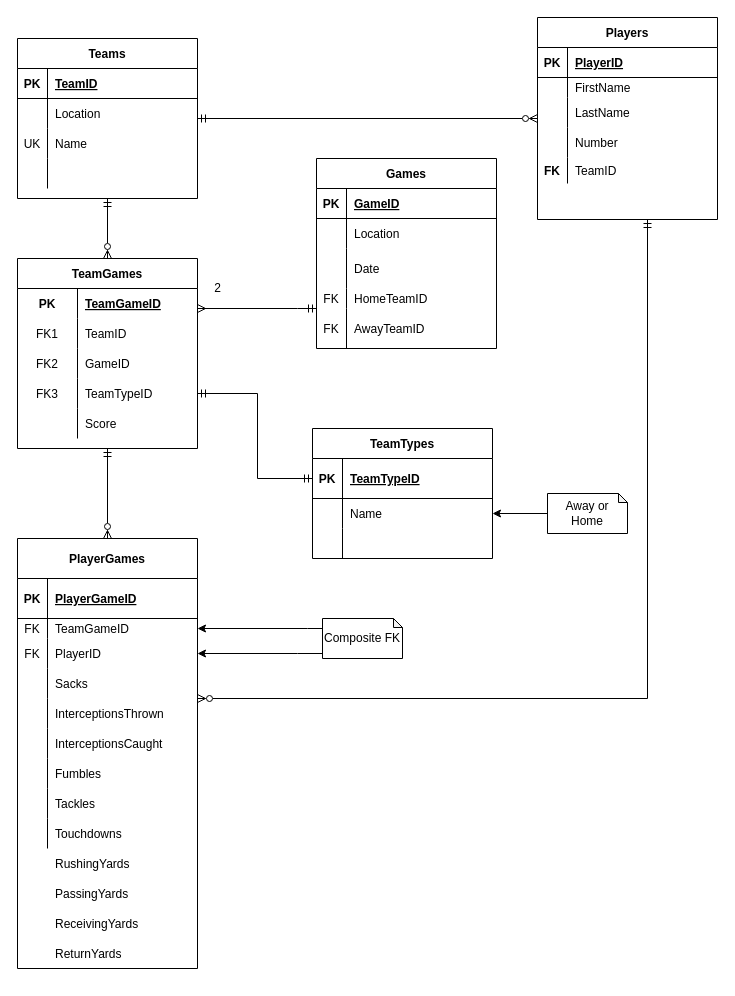
Earlier version of the draw.io diagram Revison.drawio (isaacPetersonKSU/560GroupProject). Source tidied: cells renumbered, new cells numbered last; positions are measured from the earlier drawing's top-left corner, leaving out a move shared by most shapes. Both pictures are drawn from the tidied source at 100%, with x=0, y=0 at pixel (17, 17).
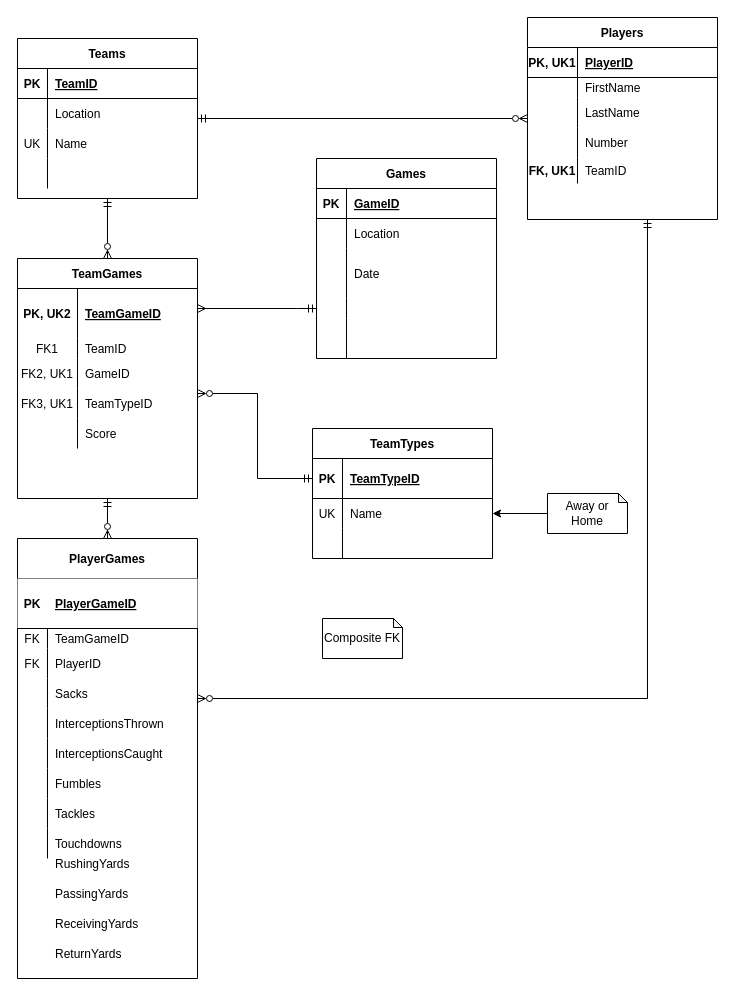
After the change.

The change refers to these unchanged cells:
```xml
<mxCell id="32" value="TeamTypes" style="shape=table;startSize=30;childLayout=tableLayout;rowLines=0;fontStyle=1;align=center;fillColor=default;strokeColor=default;fontColor=default;" parent="1" vertex="1">
  <mxGeometry x="295" y="411" width="180" height="130" as="geometry" />
</mxCell>
<mxCell id="36" style="shape=partialRectangle;fillColor=none;top=0;left=0;bottom=0;right=0;points=[[0,0.5],[1,0.5]];portConstraint=eastwest;align=center;" parent="32" vertex="1">
  <mxGeometry y="70" width="180" height="30" as="geometry" />
</mxCell>
<mxCell id="111" value="Composite FK" style="shape=note;whiteSpace=wrap;html=1;backgroundOutline=1;darkOpacity=0.05;size=9;" parent="1" vertex="1">
  <mxGeometry x="305" y="601" width="80" height="40" as="geometry" />
</mxCell>
```

What changed in the source:
```diff
@@
-    <mxCell id="16" value="Players" style="shape=table;startSize=30;childLayout=tableLayout;rowLines=0;fontStyle=1;align=center;" parent="1" vertex="1">
-      <mxGeometry x="520" width="180" height="202" as="geometry" />
+    <mxCell id="16" value="Players" style="shape=table;startSize=30;childLayout=tableLayout;rowLines=0;fontStyle=1;align=center;fillColor=default;strokeColor=default;fontColor=default;" parent="1" vertex="1">
+      <mxGeometry x="510" width="190" height="202" as="geometry" />
     </mxCell>
     <mxCell id="17" style="shape=partialRectangle;fillColor=none;top=0;left=0;bottom=1;right=0;align=center;" parent="16" vertex="1">
-      <mxGeometry y="30" width="180" height="30" as="geometry" />
+      <mxGeometry y="30" width="190" height="30" as="geometry" />
     </mxCell>
-    <mxCell id="18" value="PK" style="shape=partialRectangle;fillColor=none;top=0;left=0;bottom=0;right=0;fontStyle=1;overflow=hidden;align=center;" parent="17" vertex="1">
-      <mxGeometry width="30" height="30" as="geometry" />
+    <mxCell id="18" value="PK, UK1" style="shape=partialRectangle;fillColor=none;top=0;left=0;bottom=0;right=0;fontStyle=1;overflow=hidden;align=center;fontColor=default;strokeColor=default;" parent="17" vertex="1">
+      <mxGeometry width="50" height="30" as="geometry" />
     </mxCell>
     <mxCell id="19" value="PlayerID" style="shape=partialRectangle;fillColor=none;top=0;left=0;bottom=0;right=0;align=left;spacingLeft=6;fontStyle=5;overflow=hidden;" parent="17" vertex="1">
-      <mxGeometry x="30" width="150" height="30" as="geometry" />
+      <mxGeometry x="50" width="140" height="30" as="geometry" />
     </mxCell>
     <mxCell id="20" style="shape=partialRectangle;fillColor=none;top=0;left=0;bottom=0;right=0;align=center;" parent="16" vertex="1">
-      <mxGeometry y="60" width="180" height="20" as="geometry" />
+      <mxGeometry y="60" width="190" height="20" as="geometry" />
     </mxCell>
     <mxCell id="21" style="shape=partialRectangle;fillColor=none;top=0;left=0;bottom=0;right=0;overflow=hidden;align=center;" parent="20" vertex="1">
-      <mxGeometry width="30" height="20" as="geometry" />
+      <mxGeometry width="50" height="20" as="geometry" />
     </mxCell>
     <mxCell id="22" value="FirstName" style="shape=partialRectangle;fillColor=none;top=0;left=0;bottom=0;right=0;align=left;spacingLeft=6;overflow=hidden;" parent="20" vertex="1">
-      <mxGeometry x="30" width="150" height="20" as="geometry" />
+      <mxGeometry x="50" width="140" height="20" as="geometry" />
     </mxCell>
     <mxCell id="23" style="shape=partialRectangle;fillColor=none;top=0;left=0;bottom=0;right=0;align=center;" parent="16" vertex="1">
-      <mxGeometry y="80" width="180" height="30" as="geometry" />
+      <mxGeometry y="80" width="190" height="30" as="geometry" />
     </mxCell>
     <mxCell id="24" style="shape=partialRectangle;fillColor=none;top=0;left=0;bottom=0;right=0;overflow=hidden;align=center;" parent="23" vertex="1">
-      <mxGeometry width="30" height="30" as="geometry" />
+      <mxGeometry width="50" height="30" as="geometry" />
     </mxCell>
     <mxCell id="25" value="LastName" style="shape=partialRectangle;fillColor=none;top=0;left=0;bottom=0;right=0;align=left;spacingLeft=6;overflow=hidden;" parent="23" vertex="1">
-      <mxGeometry x="30" width="150" height="30" as="geometry" />
+      <mxGeometry x="50" width="140" height="30" as="geometry" />
     </mxCell>
     <mxCell id="26" style="shape=partialRectangle;fillColor=none;top=0;left=0;bottom=0;right=0;align=center;" parent="16" vertex="1">
-      <mxGeometry y="110" width="180" height="30" as="geometry" />
+      <mxGeometry y="110" width="190" height="30" as="geometry" />
     </mxCell>
     <mxCell id="27" style="shape=partialRectangle;fillColor=none;top=0;left=0;bottom=0;right=0;overflow=hidden;align=center;" parent="26" vertex="1">
-      <mxGeometry width="30" height="30" as="geometry" />
+      <mxGeometry width="50" height="30" as="geometry" />
     </mxCell>
     <mxCell id="28" value="Number" style="shape=partialRectangle;fillColor=none;top=0;left=0;bottom=0;right=0;align=left;spacingLeft=6;overflow=hidden;" parent="26" vertex="1">
-      <mxGeometry x="30" width="150" height="30" as="geometry" />
+      <mxGeometry x="50" width="140" height="30" as="geometry" />
     </mxCell>
     <mxCell id="29" style="shape=partialRectangle;fillColor=none;top=0;left=0;bottom=0;right=0;" parent="16" vertex="1">
-      <mxGeometry y="140" width="180" height="26" as="geometry" />
+      <mxGeometry y="140" width="190" height="26" as="geometry" />
     </mxCell>
-    <mxCell id="30" value="FK" style="shape=partialRectangle;fillColor=none;top=0;left=0;bottom=0;right=0;fontStyle=1;overflow=hidden;" parent="29" vertex="1">
-      <mxGeometry width="30" height="26" as="geometry" />
+    <mxCell id="30" value="FK, UK1" style="shape=partialRectangle;fillColor=none;top=0;left=0;bottom=0;right=0;fontStyle=1;overflow=hidden;fontColor=default;" parent="29" vertex="1">
+      <mxGeometry width="50" height="26" as="geometry" />
     </mxCell>
     <mxCell id="31" value="TeamID" style="shape=partialRectangle;fillColor=none;top=0;left=0;bottom=0;right=0;align=left;spacingLeft=6;fontStyle=0;overflow=hidden;" parent="29" vertex="1">
-      <mxGeometry x="30" width="150" height="26" as="geometry" />
+      <mxGeometry x="50" width="140" height="26" as="geometry" />
     </mxCell>
@@
-    <mxCell id="37" style="shape=partialRectangle;fillColor=none;top=0;left=0;bottom=0;right=0;overflow=hidden;align=center;fontColor=default;" parent="36" vertex="1">
+    <mxCell id="37" value="UK" style="shape=partialRectangle;fillColor=none;top=0;left=0;bottom=0;right=0;overflow=hidden;align=center;fontColor=default;" parent="36" vertex="1">
       <mxGeometry width="30" height="30" as="geometry" />
     </mxCell>
@@
-    <mxCell id="42" value="PlayerGames" style="shape=table;startSize=40;childLayout=tableLayout;rowLines=0;fontStyle=1;align=center;" parent="1" vertex="1">
-      <mxGeometry y="521" width="180" height="430" as="geometry" />
+    <mxCell id="42" value="PlayerGames" style="shape=table;startSize=40;childLayout=tableLayout;rowLines=0;fontStyle=1;align=center;fillColor=default;strokeColor=default;fontColor=default;" parent="1" vertex="1">
+      <mxGeometry y="521" width="180" height="440" as="geometry" />
     </mxCell>
-    <mxCell id="43" style="shape=partialRectangle;fillColor=none;top=0;left=0;bottom=1;right=0;align=center;" parent="42" vertex="1">
-      <mxGeometry y="40" width="180" height="40" as="geometry" />
+    <mxCell id="43" style="shape=partialRectangle;fillColor=default;top=0;left=0;bottom=1;right=0;align=center;strokeColor=default;fontColor=default;" parent="42" vertex="1">
+      <mxGeometry y="40" width="180" height="50" as="geometry" />
     </mxCell>
-    <mxCell id="44" value="PK" style="shape=partialRectangle;fillColor=none;top=0;left=0;bottom=0;right=0;fontStyle=1;overflow=hidden;align=center;" parent="43" vertex="1">
-      <mxGeometry width="30" height="40" as="geometry" />
+    <mxCell id="44" value="PK" style="shape=partialRectangle;fillColor=none;top=0;left=0;bottom=0;right=0;fontStyle=1;overflow=hidden;align=center;strokeColor=default;fontColor=default;" parent="43" vertex="1">
+      <mxGeometry width="30" height="50" as="geometry" />
     </mxCell>
     <mxCell id="45" value="PlayerGameID" style="shape=partialRectangle;fillColor=none;top=0;left=0;bottom=0;right=0;align=left;spacingLeft=6;fontStyle=5;overflow=hidden;" parent="43" vertex="1">
-      <mxGeometry x="30" width="150" height="40" as="geometry" />
+      <mxGeometry x="30" width="150" height="50" as="geometry" />
     </mxCell>
-    <mxCell id="46" style="shape=partialRectangle;fillColor=none;top=0;left=0;bottom=0;right=0;points=[[0,0.5],[1,0.5]];portConstraint=eastwest;align=center;" parent="42" vertex="1">
-      <mxGeometry y="80" width="180" height="20" as="geometry" />
+    <mxCell id="46" style="shape=partialRectangle;fillColor=none;top=0;left=0;bottom=0;right=0;points=[[0,0.5],[1,0.5]];portConstraint=eastwest;align=center;strokeColor=default;fontColor=default;" parent="42" vertex="1">
+      <mxGeometry y="90" width="180" height="20" as="geometry" />
     </mxCell>
-    <mxCell id="47" value="FK" style="shape=partialRectangle;fillColor=none;top=0;left=0;bottom=0;right=0;overflow=hidden;align=center;" parent="46" vertex="1">
+    <mxCell id="47" value="FK" style="shape=partialRectangle;fillColor=none;top=0;left=0;bottom=0;right=0;overflow=hidden;align=center;strokeColor=default;fontColor=default;" parent="46" vertex="1">
       <mxGeometry width="30" height="20" as="geometry" />
     </mxCell>
@@
     <mxCell id="49" style="shape=partialRectangle;fillColor=none;top=0;left=0;bottom=0;right=0;points=[[0,0.5],[1,0.5]];portConstraint=eastwest;align=center;" parent="42" vertex="1">
-      <mxGeometry y="100" width="180" height="30" as="geometry" />
+      <mxGeometry y="110" width="180" height="30" as="geometry" />
     </mxCell>
@@
     <mxCell id="52" style="shape=partialRectangle;fillColor=none;top=0;left=0;bottom=0;right=0;" parent="42" vertex="1">
-      <mxGeometry y="130" width="180" height="30" as="geometry" />
+      <mxGeometry y="140" width="180" height="30" as="geometry" />
     </mxCell>
@@
     <mxCell id="55" style="shape=partialRectangle;fillColor=none;top=0;left=0;bottom=0;right=0;" parent="42" vertex="1">
-      <mxGeometry y="160" width="180" height="30" as="geometry" />
+      <mxGeometry y="170" width="180" height="30" as="geometry" />
     </mxCell>
@@
     <mxCell id="58" style="shape=partialRectangle;fillColor=none;top=0;left=0;bottom=0;right=0;" parent="42" vertex="1">
-      <mxGeometry y="190" width="180" height="30" as="geometry" />
+      <mxGeometry y="200" width="180" height="30" as="geometry" />
     </mxCell>
@@
     <mxCell id="61" style="shape=partialRectangle;fillColor=none;top=0;left=0;bottom=0;right=0;" parent="42" vertex="1">
-      <mxGeometry y="220" width="180" height="30" as="geometry" />
+      <mxGeometry y="230" width="180" height="30" as="geometry" />
     </mxCell>
@@
     <mxCell id="64" style="shape=partialRectangle;fillColor=none;top=0;left=0;bottom=0;right=0;" parent="42" vertex="1">
-      <mxGeometry y="250" width="180" height="30" as="geometry" />
+      <mxGeometry y="260" width="180" height="30" as="geometry" />
     </mxCell>
@@
     <mxCell id="67" style="shape=partialRectangle;fillColor=none;top=0;left=0;bottom=0;right=0;align=center;" parent="42" vertex="1">
-      <mxGeometry y="280" width="180" height="30" as="geometry" />
+      <mxGeometry y="290" width="180" height="30" as="geometry" />
     </mxCell>
@@
-    <mxCell id="70" value="Games" style="shape=table;startSize=30;childLayout=tableLayout;rowLines=0;fontStyle=1;align=center;" parent="1" vertex="1">
-      <mxGeometry x="299" y="141" width="180" height="190" as="geometry" />
+    <mxCell id="70" value="Games" style="shape=table;startSize=30;childLayout=tableLayout;rowLines=0;fontStyle=1;align=center;fillColor=default;strokeColor=default;fontColor=default;" parent="1" vertex="1">
+      <mxGeometry x="299" y="141" width="180" height="200" as="geometry" />
     </mxCell>
@@
     <mxCell id="77" style="shape=partialRectangle;fillColor=none;top=0;left=0;bottom=0;right=0;align=center;" parent="70" vertex="1">
-      <mxGeometry y="90" width="180" height="40" as="geometry" />
+      <mxGeometry y="90" width="180" height="50" as="geometry" />
     </mxCell>
     <mxCell id="78" style="shape=partialRectangle;fillColor=none;top=0;left=0;bottom=0;right=0;overflow=hidden;align=center;" parent="77" vertex="1">
-      <mxGeometry width="30" height="40" as="geometry" />
+      <mxGeometry width="30" height="50" as="geometry" />
     </mxCell>
     <mxCell id="79" value="Date" style="shape=partialRectangle;fillColor=none;top=0;left=0;bottom=0;right=0;align=left;spacingLeft=6;overflow=hidden;" parent="77" vertex="1">
-      <mxGeometry x="30" width="150" height="40" as="geometry" />
+      <mxGeometry x="30" width="150" height="50" as="geometry" />
     </mxCell>
     <mxCell id="80" style="shape=partialRectangle;fillColor=none;top=0;left=0;bottom=0;right=0;align=center;" parent="70" vertex="1">
-      <mxGeometry y="130" width="180" height="20" as="geometry" />
+      <mxGeometry y="140" width="180" height="20" as="geometry" />
     </mxCell>
-    <mxCell id="81" value="FK" style="shape=partialRectangle;fillColor=none;top=0;left=0;bottom=0;right=0;overflow=hidden;align=center;" parent="80" vertex="1">
+    <mxCell id="81" style="shape=partialRectangle;fillColor=none;top=0;left=0;bottom=0;right=0;overflow=hidden;align=center;strokeColor=default;fontColor=default;" parent="80" vertex="1">
       <mxGeometry width="30" height="20" as="geometry" />
     </mxCell>
-    <mxCell id="82" value="HomeTeamID" style="shape=partialRectangle;fillColor=none;top=0;left=0;bottom=0;right=0;align=left;spacingLeft=6;overflow=hidden;" parent="80" vertex="1">
+    <mxCell id="82" style="shape=partialRectangle;fillColor=none;top=0;left=0;bottom=0;right=0;align=left;spacingLeft=6;overflow=hidden;strokeColor=default;fontColor=default;" parent="80" vertex="1">
       <mxGeometry x="30" width="150" height="20" as="geometry" />
     </mxCell>
     <mxCell id="83" style="shape=partialRectangle;fillColor=none;top=0;left=0;bottom=0;right=0;align=center;" parent="70" vertex="1">
-      <mxGeometry y="150" width="180" height="40" as="geometry" />
+      <mxGeometry y="160" width="180" height="40" as="geometry" />
     </mxCell>
-    <mxCell id="84" value="FK" style="shape=partialRectangle;fillColor=none;top=0;left=0;bottom=0;right=0;overflow=hidden;align=center;" parent="83" vertex="1">
+    <mxCell id="84" style="shape=partialRectangle;fillColor=none;top=0;left=0;bottom=0;right=0;overflow=hidden;align=center;strokeColor=default;fontColor=default;" parent="83" vertex="1">
       <mxGeometry width="30" height="40" as="geometry" />
     </mxCell>
-    <mxCell id="85" value="AwayTeamID" style="shape=partialRectangle;fillColor=none;top=0;left=0;bottom=0;right=0;align=left;spacingLeft=6;overflow=hidden;" parent="83" vertex="1">
+    <mxCell id="85" style="shape=partialRectangle;fillColor=none;top=0;left=0;bottom=0;right=0;align=left;spacingLeft=6;overflow=hidden;strokeColor=default;fontColor=default;" parent="83" vertex="1">
       <mxGeometry x="30" width="150" height="40" as="geometry" />
     </mxCell>
-    <mxCell id="86" style="edgeStyle=orthogonalEdgeStyle;rounded=0;jettySize=auto;html=1;startArrow=ERmandOne;startFill=0;endArrow=ERmandOne;endFill=0;strokeColor=default;labelBackgroundColor=default;fontColor=default;" parent="1" edge="1" source="32" target="100">
+    <mxCell id="86" style="edgeStyle=orthogonalEdgeStyle;rounded=0;jettySize=auto;html=1;startArrow=ERmandOne;startFill=0;endArrow=ERzeroToMany;endFill=0;strokeColor=default;labelBackgroundColor=default;fontColor=default;" parent="1" edge="1" source="32" target="100">
       <mxGeometry relative="1" as="geometry">
         <Array as="points">
           <mxPoint x="240" y="461" />
           <mxPoint x="240" y="376" />
         </Array>
       </mxGeometry>
     </mxCell>
@@
-    <mxCell id="90" value="TeamGames" style="shape=table;startSize=30;childLayout=tableLayout;rowLines=0;fontStyle=1;align=center;" parent="1" vertex="1">
-      <mxGeometry y="241" width="180" height="190" as="geometry" />
+    <mxCell id="90" value="TeamGames" style="shape=table;startSize=30;childLayout=tableLayout;rowLines=0;fontStyle=1;align=center;fillColor=default;strokeColor=default;fontColor=default;" parent="1" vertex="1">
+      <mxGeometry y="241" width="180" height="240" as="geometry" />
     </mxCell>
-    <mxCell id="91" style="shape=partialRectangle;fillColor=none;top=0;left=0;bottom=0;right=0;" parent="90" vertex="1">
-      <mxGeometry y="30" width="180" height="30" as="geometry" />
+    <mxCell id="91" style="shape=partialRectangle;fillColor=none;top=0;left=0;bottom=0;right=0;strokeColor=default;fontColor=default;" parent="90" vertex="1">
+      <mxGeometry y="30" width="180" height="50" as="geometry" />
     </mxCell>
-    <mxCell id="92" value="PK" style="shape=partialRectangle;fillColor=none;top=0;left=0;bottom=0;right=0;fontStyle=1;overflow=hidden;" parent="91" vertex="1">
-      <mxGeometry width="60" height="30" as="geometry" />
+    <mxCell id="92" value="PK, UK2" style="shape=partialRectangle;fillColor=none;top=0;left=0;bottom=0;right=0;fontStyle=1;overflow=hidden;fontColor=default;strokeColor=default;" parent="91" vertex="1">
+      <mxGeometry width="60" height="50" as="geometry" />
     </mxCell>
     <mxCell id="93" value="TeamGameID" style="shape=partialRectangle;fillColor=none;top=0;left=0;bottom=0;right=0;align=left;spacingLeft=6;fontStyle=5;overflow=hidden;" parent="91" vertex="1">
-      <mxGeometry x="60" width="120" height="30" as="geometry" />
+      <mxGeometry x="60" width="120" height="50" as="geometry" />
     </mxCell>
-    <mxCell id="94" style="shape=partialRectangle;fillColor=none;top=0;left=0;bottom=0;right=0;" parent="90" vertex="1">
-      <mxGeometry y="60" width="180" height="30" as="geometry" />
+    <mxCell id="94" style="shape=partialRectangle;fillColor=none;top=0;left=0;bottom=0;right=0;strokeColor=default;fontColor=default;" parent="90" vertex="1">
+      <mxGeometry y="80" width="180" height="20" as="geometry" />
     </mxCell>
-    <mxCell id="95" value="FK1" style="shape=partialRectangle;fillColor=none;top=0;left=0;bottom=0;right=0;overflow=hidden;" parent="94" vertex="1">
-      <mxGeometry width="60" height="30" as="geometry" />
+    <mxCell id="95" value="FK1" style="shape=partialRectangle;fillColor=none;top=0;left=0;bottom=0;right=0;overflow=hidden;fontColor=default;strokeColor=default;" parent="94" vertex="1">
+      <mxGeometry width="60" height="20" as="geometry" />
     </mxCell>
     <mxCell id="96" value="TeamID" style="shape=partialRectangle;fillColor=none;top=0;left=0;bottom=0;right=0;align=left;spacingLeft=6;overflow=hidden;" parent="94" vertex="1">
-      <mxGeometry x="60" width="120" height="30" as="geometry" />
+      <mxGeometry x="60" width="120" height="20" as="geometry" />
     </mxCell>
     <mxCell id="97" style="shape=partialRectangle;fillColor=none;top=0;left=0;bottom=0;right=0;" parent="90" vertex="1">
-      <mxGeometry y="90" width="180" height="30" as="geometry" />
+      <mxGeometry y="100" width="180" height="30" as="geometry" />
     </mxCell>
-    <mxCell id="98" value="FK2" style="shape=partialRectangle;fillColor=none;top=0;left=0;bottom=0;right=0;fontStyle=0;overflow=hidden;" parent="97" vertex="1">
+    <mxCell id="98" value="FK2, UK1" style="shape=partialRectangle;fillColor=none;top=0;left=0;bottom=0;right=0;fontStyle=0;overflow=hidden;fontColor=default;" parent="97" vertex="1">
       <mxGeometry width="60" height="30" as="geometry" />
     </mxCell>
@@
     <mxCell id="100" style="shape=partialRectangle;fillColor=none;top=0;left=0;bottom=0;right=0;points=[[0,0.5],[1,0.5]];portConstraint=eastwest;" parent="90" vertex="1">
-      <mxGeometry y="120" width="180" height="30" as="geometry" />
+      <mxGeometry y="130" width="180" height="30" as="geometry" />
     </mxCell>
-    <mxCell id="101" value="FK3" style="shape=partialRectangle;fillColor=none;top=0;left=0;bottom=0;right=0;fontStyle=0;overflow=hidden;" parent="100" vertex="1">
+    <mxCell id="101" value="FK3, UK1" style="shape=partialRectangle;fillColor=none;top=0;left=0;bottom=0;right=0;fontStyle=0;overflow=hidden;fontColor=default;" parent="100" vertex="1">
       <mxGeometry width="60" height="30" as="geometry" />
     </mxCell>
@@
     <mxCell id="103" style="shape=partialRectangle;fillColor=none;top=0;left=0;bottom=0;right=0;" parent="90" vertex="1">
-      <mxGeometry y="150" width="180" height="30" as="geometry" />
+      <mxGeometry y="160" width="180" height="30" as="geometry" />
     </mxCell>
@@
-    <mxCell id="109" style="edgeStyle=orthogonalEdgeStyle;rounded=0;jettySize=auto;html=1;" parent="1" edge="1" source="111" target="46">
-      <mxGeometry relative="1" as="geometry">
-        <Array as="points">
-          <mxPoint x="290" y="611" />
-          <mxPoint x="290" y="611" />
-        </Array>
-      </mxGeometry>
-    </mxCell>
-    <mxCell id="110" style="edgeStyle=orthogonalEdgeStyle;rounded=0;jettySize=auto;html=1;" parent="1" edge="1" source="111" target="49">
-      <mxGeometry relative="1" as="geometry">
-        <Array as="points">
-          <mxPoint x="280" y="636" />
-          <mxPoint x="280" y="636" />
-        </Array>
-      </mxGeometry>
-    </mxCell>
@@
-    <mxCell id="116" value="2" style="text;html=1;align=center;verticalAlign=middle;strokeColor=none;fillColor=none;fontColor=default;" parent="1" vertex="1">
-      <mxGeometry x="190" y="261" width="20" height="20" as="geometry" />
-    </mxCell>
```
